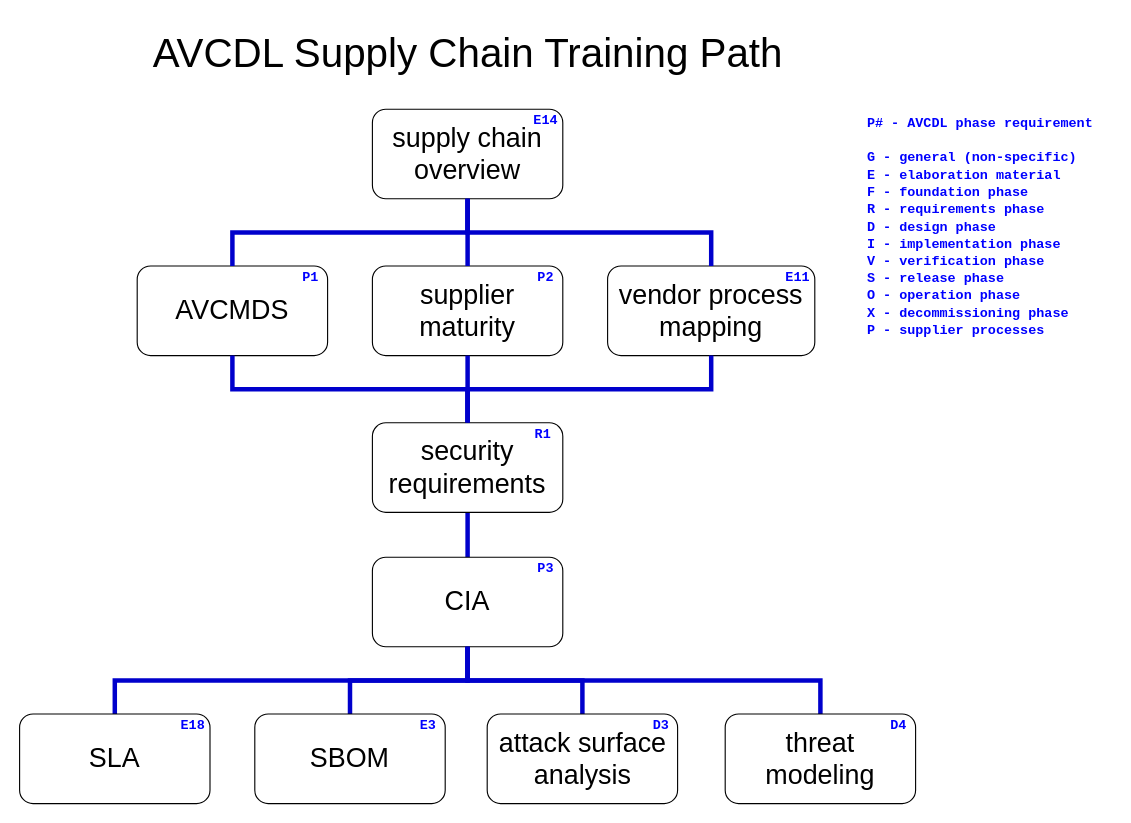
The draw.io diagram page "supply chain" (3 of 3) of training/images/AVCDL training path/source/AVCDL training path.drawio in nutonomy/AVCDL, before the edit. Source tidied: cells renumbered, new cells numbered last; positions are measured from the earlier drawing's top-left corner, leaving out a move shared by most shapes. Both pictures are drawn from the tidied source at 112%, with x=0, y=0 at pixel (19, 19).
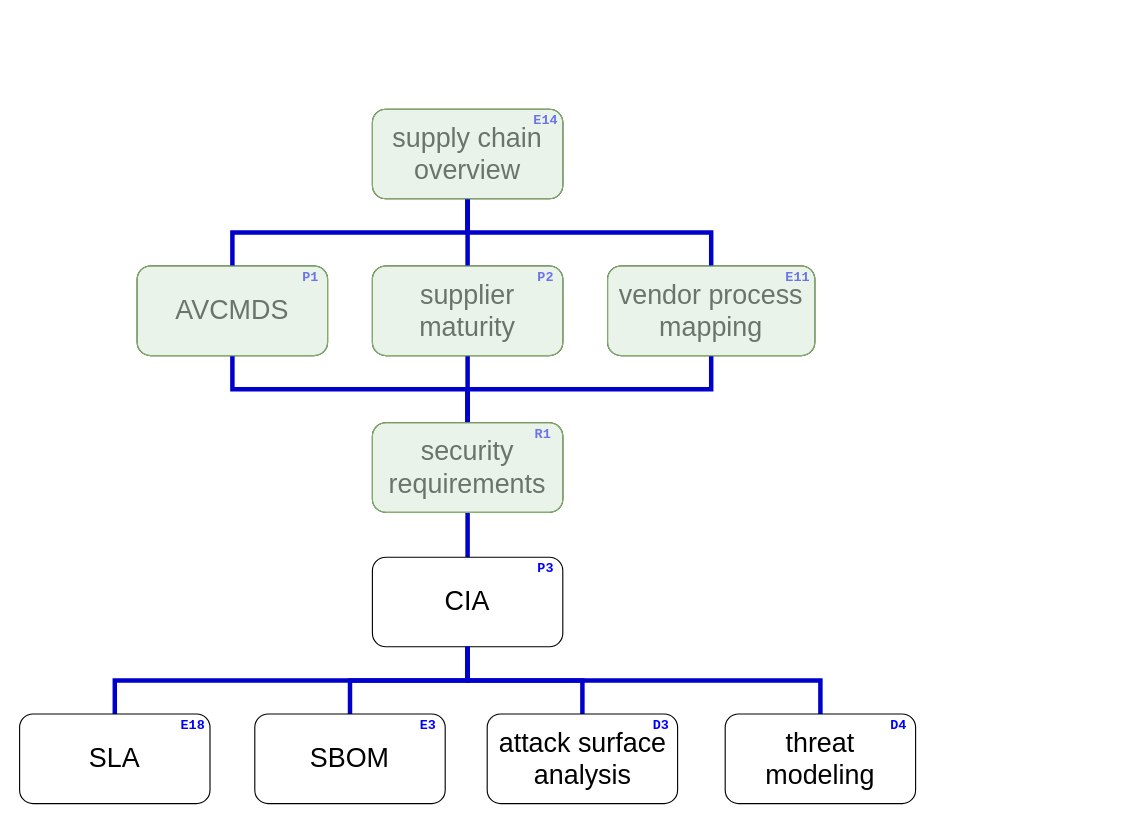
The same page after the edit.

What changed in the source:
```diff
@@
-    <mxCell id="33" parent="0" />
-    <mxCell id="34" value="&lt;font face=&quot;Courier New&quot; color=&quot;#0000ff&quot;&gt;&lt;b&gt;P# - AVCDL phase requirement&lt;br&gt;&lt;br&gt;G - general (non-specific)&lt;br&gt;E - elaboration material&lt;br&gt;F - foundation phase&lt;br&gt;R - requirements phase&lt;br&gt;D - design phase&lt;br&gt;I - implementation phase&lt;br&gt;V - verification phase&lt;br&gt;S - release phase&lt;br&gt;O - operation phase&lt;br&gt;X - decommissioning phase&lt;br&gt;P - supplier processes&lt;br&gt;&lt;/b&gt;&lt;/font&gt;" style="text;html=1;strokeColor=none;fillColor=none;align=left;verticalAlign=middle;whiteSpace=wrap;rounded=0;" parent="33" vertex="1">
-      <mxGeometry x="755" y="80" width="220" height="210" as="geometry" />
-    </mxCell>
-    <mxCell id="35" parent="0" />
-    <mxCell id="36" value="&lt;font style=&quot;font-size: 36px&quot;&gt;AVCDL Supply Chain Training Path&lt;/font&gt;" style="text;html=1;strokeColor=none;fillColor=none;align=center;verticalAlign=middle;whiteSpace=wrap;rounded=0;" parent="35" vertex="1">
-      <mxGeometry x="112.5" width="575" height="60" as="geometry" />
-    </mxCell>
+    <mxCell id="37" parent="0" />
+    <mxCell id="38" style="rounded=1;whiteSpace=wrap;html=1;fillColor=#d5e8d4;strokeColor=#82b366;strokeOpacity=100;fillOpacity=50;" parent="37" vertex="1">
+      <mxGeometry x="315" y="80" width="170" height="80" as="geometry" />
+    </mxCell>
+    <mxCell id="39" style="rounded=1;whiteSpace=wrap;html=1;fillColor=#d5e8d4;strokeColor=#82b366;strokeOpacity=100;fillOpacity=50;" parent="37" vertex="1">
+      <mxGeometry x="105" y="220" width="170" height="80" as="geometry" />
+    </mxCell>
+    <mxCell id="40" style="rounded=1;whiteSpace=wrap;html=1;fillColor=#d5e8d4;strokeColor=#82b366;strokeOpacity=100;fillOpacity=50;" parent="37" vertex="1">
+      <mxGeometry x="315" y="220" width="170" height="80" as="geometry" />
+    </mxCell>
+    <mxCell id="41" style="rounded=1;whiteSpace=wrap;html=1;fillColor=#d5e8d4;strokeColor=#82b366;strokeOpacity=100;fillOpacity=50;" parent="37" vertex="1">
+      <mxGeometry x="525" y="220" width="185" height="80" as="geometry" />
+    </mxCell>
+    <mxCell id="42" style="rounded=1;whiteSpace=wrap;html=1;fillColor=#d5e8d4;strokeColor=#82b366;strokeOpacity=100;fillOpacity=50;" parent="37" vertex="1">
+      <mxGeometry x="315" y="360" width="170" height="80" as="geometry" />
+    </mxCell>
```
